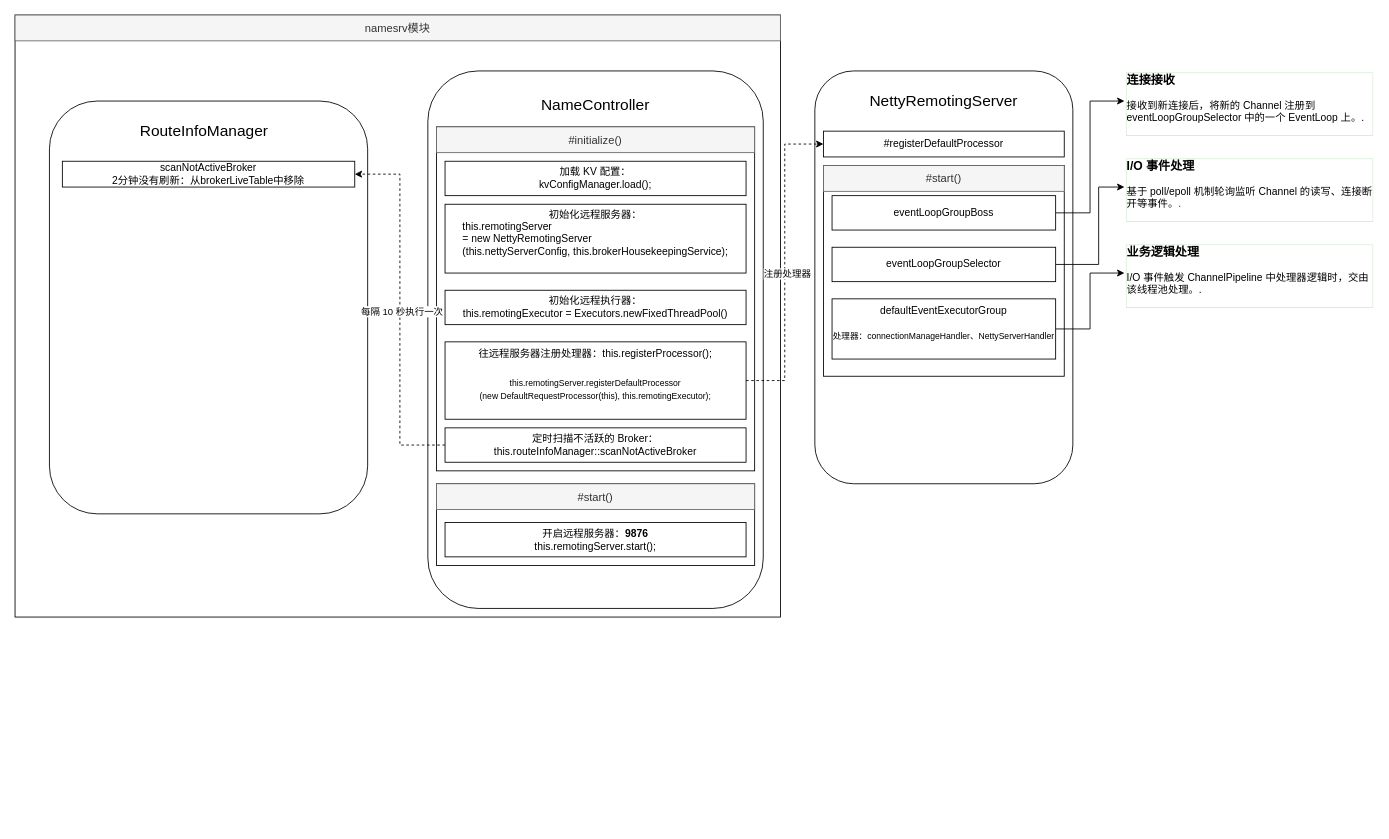
jeslie-in-blossom/learndata keeps this draw.io diagram as RocketMQ/RocketMQ.drawio. Above is the earlier version. Source tidied: cells renumbered, new cells numbered last; positions are measured from the earlier drawing's top-left corner, leaving out a move shared by most shapes. Both pictures are drawn from the tidied source at 86%, with x=0, y=0 at pixel (15, 15).
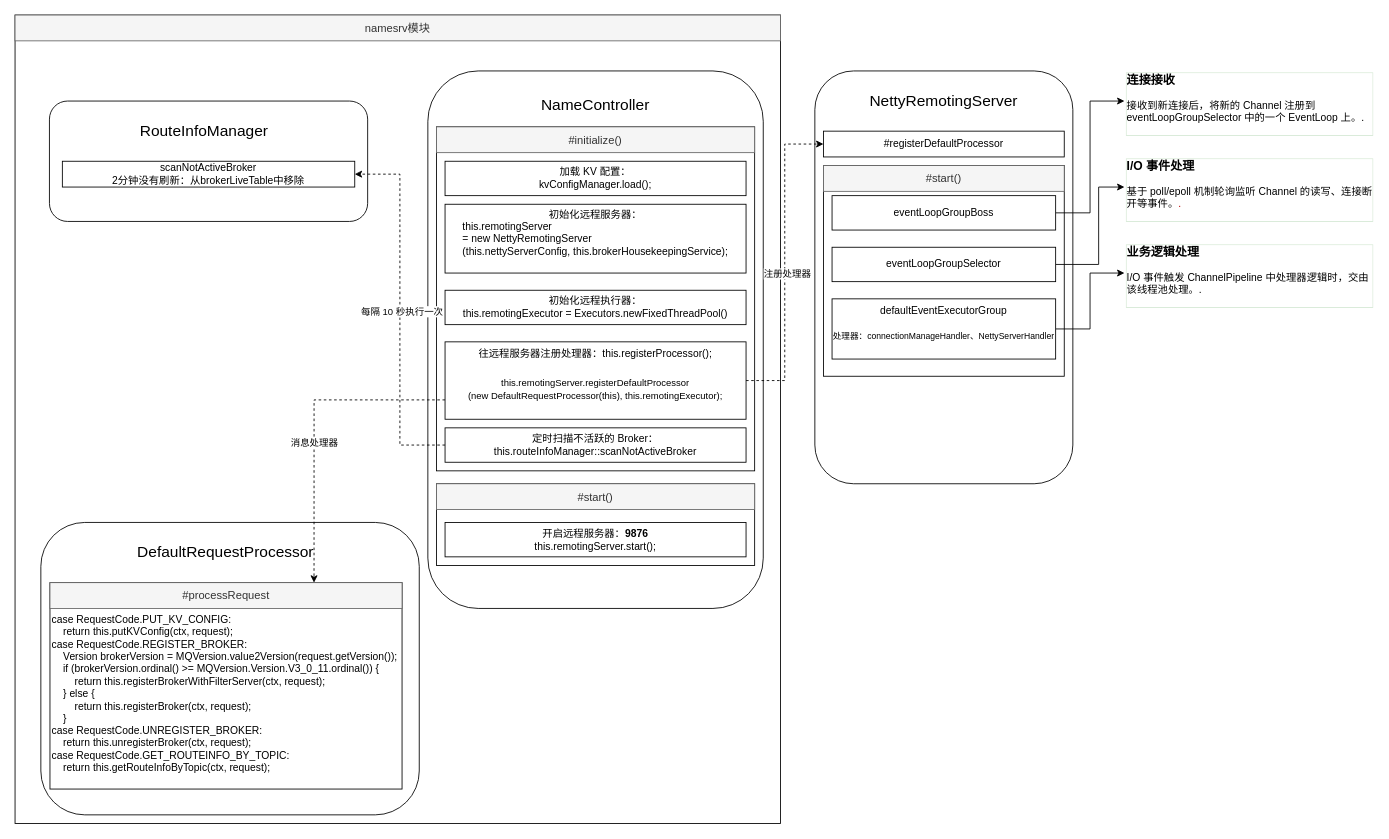
The same page after the edit.

Unchanged cells that the change refers to:
```xml
<mxCell id="10" value="&lt;span style=&quot;background-color: transparent;&quot;&gt;往远程服务器注册处理器：&lt;/span&gt;this.registerProcessor();&lt;div&gt;&lt;br&gt;&lt;/div&gt;" style="rounded=0;whiteSpace=wrap;html=1;align=center;verticalAlign=top;" parent="1" vertex="1">
  <mxGeometry x="500" y="380" width="350" height="90" as="geometry" />
</mxCell>
```

Diff of the diagram source:
```diff
@@
     <mxCell id="2" style="rounded=0;whiteSpace=wrap;html=1;" parent="1" vertex="1">
-      <mxGeometry width="890" height="700" as="geometry" />
+      <mxGeometry width="890" height="940" as="geometry" />
     </mxCell>
@@
     <mxCell id="17" style="rounded=1;whiteSpace=wrap;html=1;" parent="1" vertex="1">
-      <mxGeometry x="40" y="100" width="370" height="480" as="geometry" />
+      <mxGeometry x="40" y="100" width="370" height="140" as="geometry" />
     </mxCell>
@@
-    <mxCell id="26" value="&lt;div&gt;&lt;font style=&quot;font-size: 10px;&quot;&gt;this.remotingServer.registerDefaultProcessor&lt;/font&gt;&lt;/div&gt;&lt;div&gt;&lt;font style=&quot;font-size: 10px;&quot;&gt;(new DefaultRequestProcessor(this), this.remotingExecutor);&lt;/font&gt;&lt;/div&gt;" style="text;html=1;align=center;verticalAlign=middle;whiteSpace=wrap;rounded=0;" parent="1" vertex="1">
+    <mxCell id="26" value="&lt;div&gt;&lt;font style=&quot;font-size: 11px;&quot;&gt;this.remotingServer.registerDefaultProcessor&lt;/font&gt;&lt;/div&gt;&lt;div&gt;&lt;font style=&quot;font-size: 11px;&quot;&gt;(new DefaultRequestProcessor(this), this.remotingExecutor);&lt;/font&gt;&lt;/div&gt;" style="text;html=1;align=center;verticalAlign=middle;whiteSpace=wrap;rounded=0;" parent="1" vertex="1">
       <mxGeometry x="525" y="420" width="300" height="30" as="geometry" />
     </mxCell>
@@
+    <mxCell id="38" style="rounded=1;whiteSpace=wrap;html=1;" parent="1" vertex="1">
+      <mxGeometry x="30" y="590" width="440" height="340" as="geometry" />
+    </mxCell>
+    <mxCell id="39" value="&lt;div&gt;&lt;br&gt;&lt;/div&gt;&lt;div&gt;&lt;br&gt;&lt;/div&gt;&lt;div&gt;&lt;div&gt;case RequestCode.PUT_KV_CONFIG:&lt;/div&gt;&lt;div&gt;&amp;nbsp; &amp;nbsp; return this.putKVConfig(ctx, request);&lt;/div&gt;&lt;div&gt;case RequestCode.REGISTER_BROKER:&lt;/div&gt;&lt;div&gt;&amp;nbsp; &amp;nbsp; Version brokerVersion = MQVersion.value2Version(request.getVersion());&lt;/div&gt;&lt;div&gt;&amp;nbsp; &amp;nbsp; if (brokerVersion.ordinal() &amp;gt;= MQVersion.Version.V3_0_11.ordinal()) {&lt;/div&gt;&lt;div&gt;&amp;nbsp; &amp;nbsp; &amp;nbsp; &amp;nbsp; return this.registerBrokerWithFilterServer(ctx, request);&lt;/div&gt;&lt;div&gt;&amp;nbsp; &amp;nbsp; } else {&lt;/div&gt;&lt;div&gt;&amp;nbsp; &amp;nbsp; &amp;nbsp; &amp;nbsp; return this.registerBroker(ctx, request);&lt;/div&gt;&lt;div&gt;&amp;nbsp; &amp;nbsp; }&lt;/div&gt;&lt;div&gt;case RequestCode.UNREGISTER_BROKER:&lt;/div&gt;&lt;div&gt;&amp;nbsp; &amp;nbsp; return this.unregisterBroker(ctx, request);&lt;/div&gt;&lt;div&gt;case RequestCode.GET_ROUTEINFO_BY_TOPIC:&lt;/div&gt;&lt;div&gt;&amp;nbsp; &amp;nbsp; return this.getRouteInfoByTopic(ctx, request);&lt;/div&gt;&lt;/div&gt;" style="rounded=0;whiteSpace=wrap;html=1;align=left;verticalAlign=top;" parent="1" vertex="1">
+      <mxGeometry x="40.6" y="660" width="409.4" height="240" as="geometry" />
+    </mxCell>
+    <mxCell id="40" value="&lt;font style=&quot;&quot;&gt;&lt;span style=&quot;font-size: 18px;&quot;&gt;DefaultRequestProcessor&lt;/span&gt;&lt;/font&gt;" style="text;html=1;align=center;verticalAlign=middle;whiteSpace=wrap;rounded=0;" parent="1" vertex="1">
+      <mxGeometry x="140" y="610" width="210" height="30" as="geometry" />
+    </mxCell>
+    <mxCell id="41" value="&lt;span style=&quot;font-size: 13px;&quot;&gt;#processRequest&lt;/span&gt;" style="text;html=1;align=center;verticalAlign=middle;whiteSpace=wrap;rounded=0;labelBackgroundColor=none;textShadow=0;fillColor=#f5f5f5;fontColor=#333333;strokeColor=#666666;" parent="1" vertex="1">
+      <mxGeometry x="40.6" y="660" width="409.4" height="30" as="geometry" />
+    </mxCell>
+    <mxCell id="42" style="edgeStyle=orthogonalEdgeStyle;rounded=0;jettySize=auto;html=1;exitX=0;exitY=0.75;exitDx=0;exitDy=0;entryX=0.75;entryY=0;entryDx=0;entryDy=0;dashed=1;elbow=vertical;" parent="1" edge="1" source="10" target="41">
+      <mxGeometry relative="1" as="geometry" />
+    </mxCell>
+    <mxCell id="43" value="消息处理器" style="edgeLabel;html=1;align=center;verticalAlign=middle;" parent="42" vertex="1">
+      <mxGeometry x="0.11" relative="1" as="geometry" />
+    </mxCell>
```
